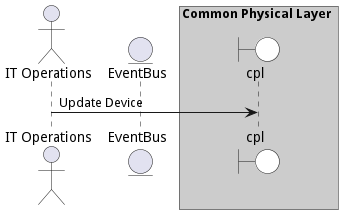
Before: docs/edgemere/cpl/usecases/manageinfrastructure/UpdateDevice.png, a diagram exported from PlantUML (madajaju/edgemere).
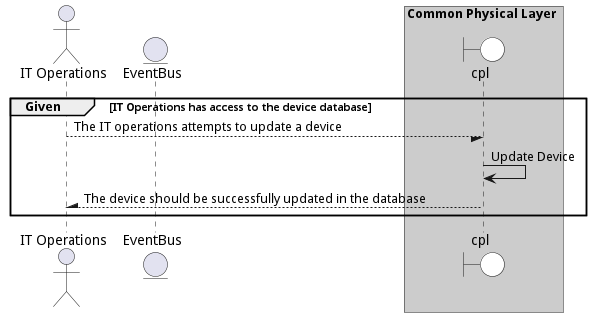
Later version of the same file.

Diff of the diagram source:
```diff
@@ -1,4 +1,5 @@
 @startuml
+
 
 actor "IT Operations"
 
@@ -10,9 +11,16 @@
 end box
 
 
+group Given [IT Operations has access to the device database]
 
-"IT Operations" -> cpl: Update Device
+"IT Operations" --/ cpl: The IT operations attempts to update a device
+"cpl" -> cpl: Update Device
 
 
 
+"IT Operations" /-- cpl: The device should be successfully updated in the database
+
+
+end
+
 @enduml
```
